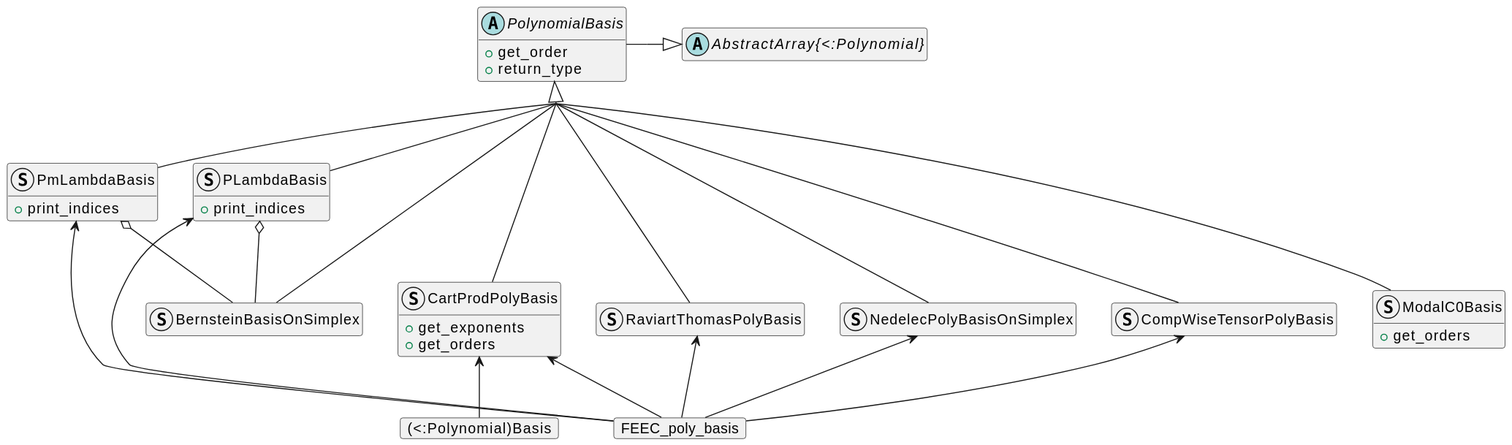
gridap/Gridap.jl keeps this PlantUML diagram as docs/src/assets/poly_2.svg. Above is the earlier version.
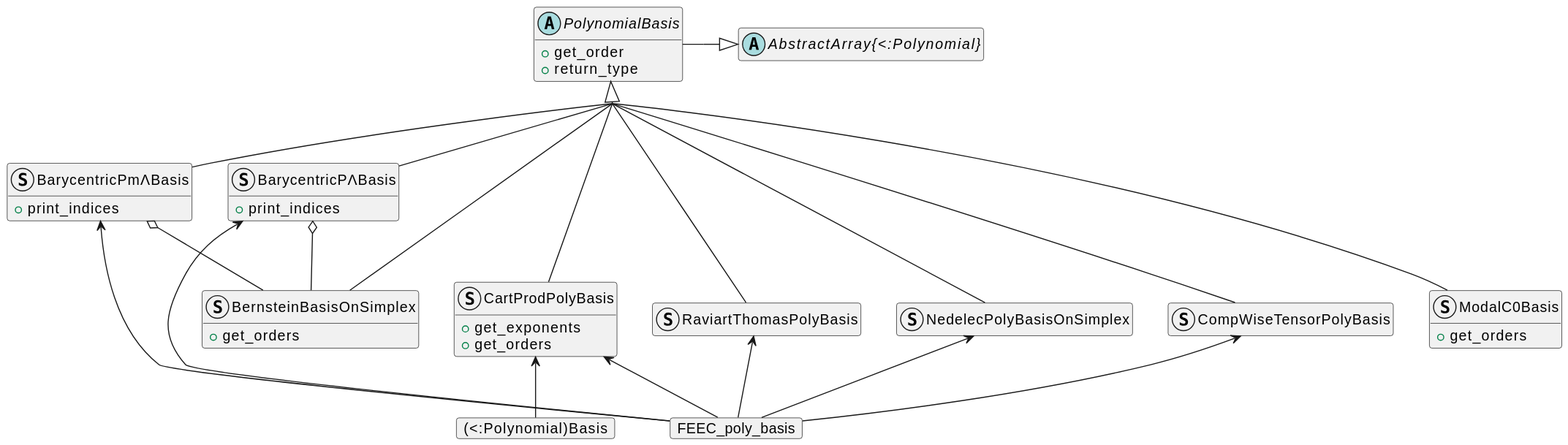
The same diagram one commit later.

Commit message:
update Polynomials diagram

Change to the diagram source:
```diff
@@ -19,16 +19,18 @@
   struct CompWiseTensorPolyBasis
   struct RaviartThomasPolyBasis
   struct NedelecPolyBasisOnSimplex
-  struct BernsteinBasisOnSimplex
+  struct BernsteinBasisOnSimplex {
+    +get_orders
+  }
   struct ModalC0Basis {
     +get_orders
   }
 }
 
-struct PLambdaBasis {
+struct BarycentricPΛBasis {
   +print_indices
 }
-struct PmLambdaBasis {
+struct BarycentricPmΛBasis {
   +print_indices
 }
 
@@ -38,19 +40,19 @@
 PolynomialBasis <|.. NedelecPolyBasisOnSimplex
 PolynomialBasis <|.. BernsteinBasisOnSimplex
 PolynomialBasis <|.. ModalC0Basis
-PolynomialBasis <|.. PmLambdaBasis
-PolynomialBasis <|.. PLambdaBasis
+PolynomialBasis <|.. BarycentricPmΛBasis
+PolynomialBasis <|.. BarycentricPΛBasis
 
 object "(<:Polynomial)Basis" as m1
 object "FEEC_poly_basis" as m2
 
 CartProdPolyBasis <-- m1
-PmLambdaBasis o-- BernsteinBasisOnSimplex
-PLambdaBasis o-- BernsteinBasisOnSimplex
+BarycentricPmΛBasis o-- BernsteinBasisOnSimplex
+BarycentricPΛBasis o-- BernsteinBasisOnSimplex
 CartProdPolyBasis <-- m2
 CompWiseTensorPolyBasis <-- m2
 RaviartThomasPolyBasis <-- m2
 NedelecPolyBasisOnSimplex <-- m2
-PmLambdaBasis <-- m2
-PLambdaBasis <-- m2
+BarycentricPmΛBasis <-- m2
+BarycentricPΛBasis <-- m2
 @enduml
```
